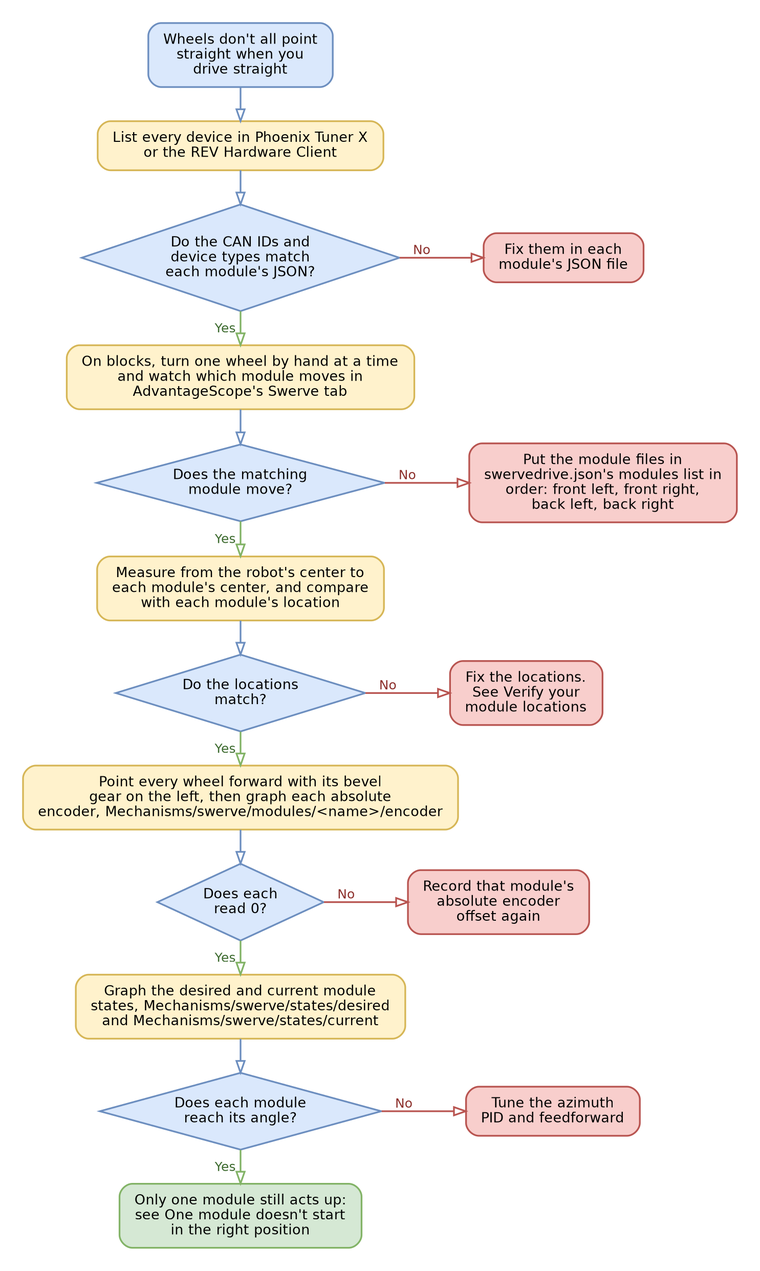
Above: .gitbook/assets/yagsl-flowchart-align.png in Yet-Another-Software-Suite/YAGSL-gitbook (Graphviz), before the change. Its source is kept beside it as .gitbook/assets/yagsl-flowchart-align.dot.
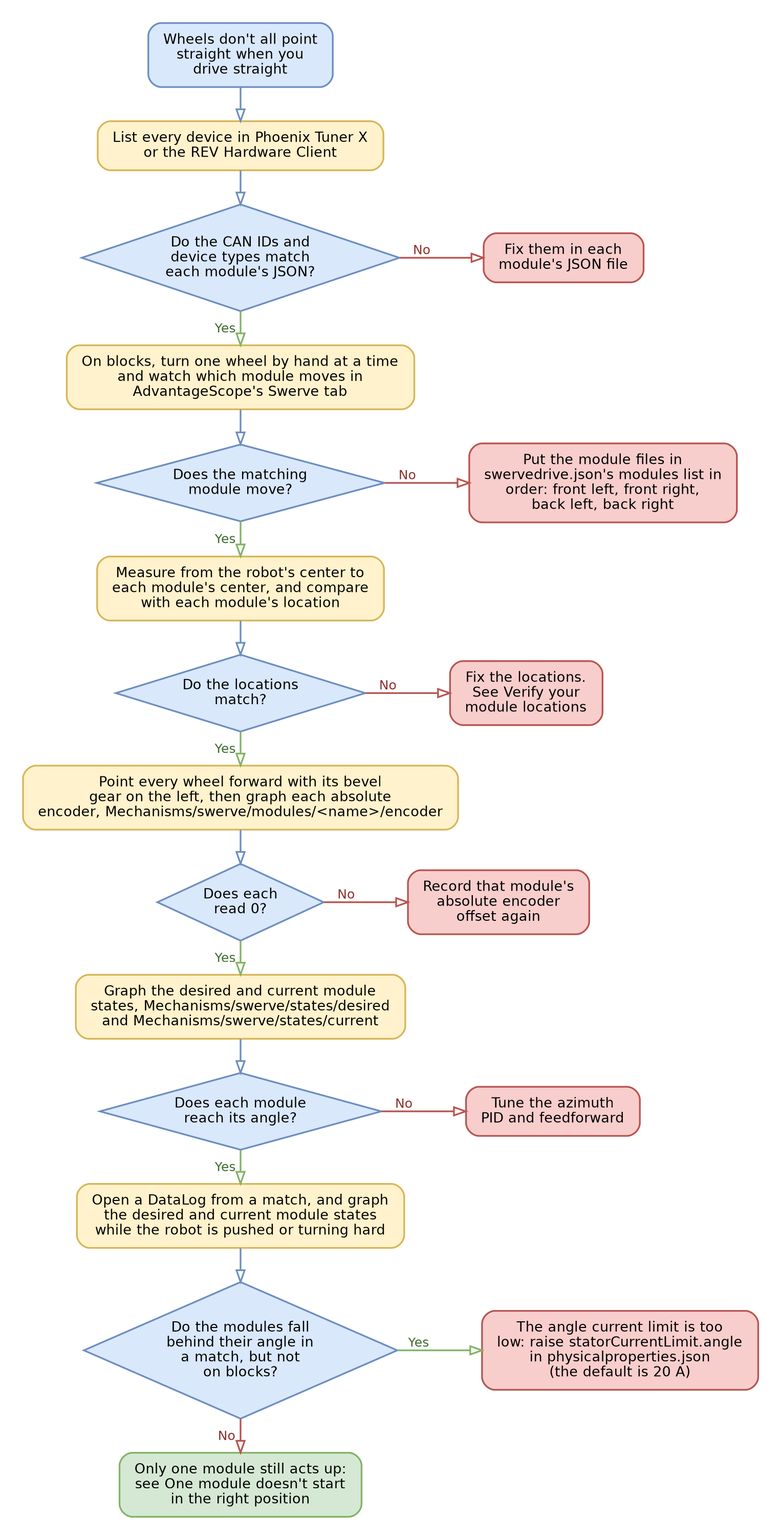
After the change.

Commit message:
Wheels flowchart: modules that fall behind in a match need a higher angle current limit

Change to the diagram source:
```diff
@@ -39,6 +39,13 @@
   {rank=same; q5; f5;}
   h5 -> q5 [color="#6c8ebf", weight=10];
   q5 -> f5 [xlabel=" No ", color="#b85450", fontcolor="#8c2f2b"];
-  q5 -> d [xlabel=" Yes ", color="#82b366", fontcolor="#3d6b2f", weight=10];
+  q5 -> h6 [xlabel=" Yes ", color="#82b366", fontcolor="#3d6b2f", weight=10];
+  h6 [label="Open a DataLog from a match, and graph\nthe desired and current module states\nwhile the robot is pushed or turning hard", shape=box, style="rounded,filled", fillcolor="#fff2cc", color="#d6b656"];
+  q6 [label="Do the modules fall\nbehind their angle in\na match, but not\non blocks?", shape=diamond, style=filled, fillcolor="#dae8fc", color="#6c8ebf", margin="0.05,0.05"];
+  f6 [label="The angle current limit is too\nlow: raise statorCurrentLimit.angle\nin physicalproperties.json\n(the default is 20 A)", shape=box, style="rounded,filled", fillcolor="#f8cecc", color="#b85450"];
+  {rank=same; q6; f6;}
+  h6 -> q6 [color="#6c8ebf", weight=10];
+  q6 -> f6 [xlabel=" Yes ", color="#82b366", fontcolor="#3d6b2f"];
+  q6 -> d [xlabel=" No ", color="#b85450", fontcolor="#8c2f2b", weight=10];
   d [label="Only one module still acts up:\nsee One module doesn't start\nin the right position", shape=box, style="rounded,filled", fillcolor="#d5e8d4", color="#82b366"];
 }
```
